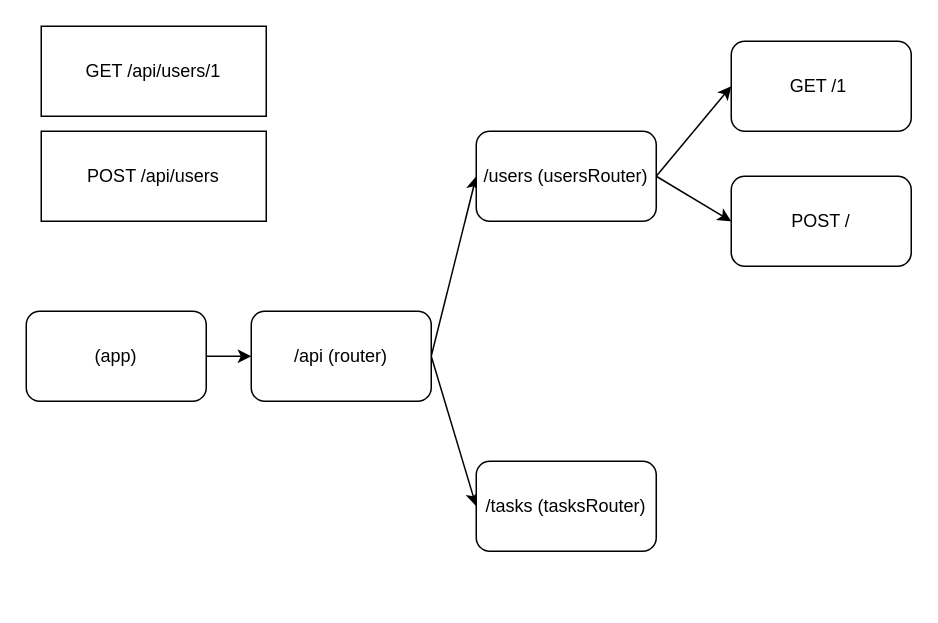
Before: endpoints.drawio in pecourses/pe2024-1-fullstack, a draw.io diagram. Source tidied: cells renumbered, new cells numbered last; positions are measured from the earlier drawing's top-left corner, leaving out a move shared by most shapes. Both pictures are drawn from the tidied source at 150%, with x=0, y=0 at pixel (26, 26).
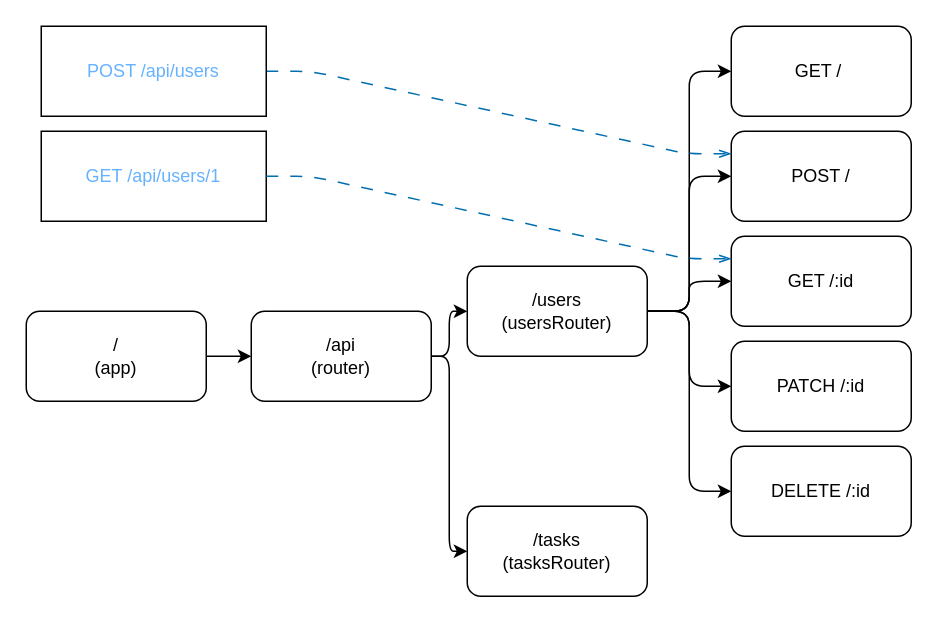
Above is the later version.

Commit message (it also covers changes not shown here):
Finish endpoints diagram

What changed in the source:
```diff
@@
-    <mxCell id="3" value="(app)" style="rounded=1;whiteSpace=wrap;html=1;" parent="1" vertex="1">
+    <mxCell id="3" value="/&lt;br&gt;(app)" style="rounded=1;whiteSpace=wrap;html=1;" parent="1" vertex="1">
       <mxGeometry y="190" width="120" height="60" as="geometry" />
     </mxCell>
+    <mxCell id="5" style="edgeStyle=elbowEdgeStyle;html=1;exitX=1;exitY=0.5;exitDx=0;exitDy=0;entryX=0;entryY=0.5;entryDx=0;entryDy=0;" parent="1" edge="1" source="6" target="10">
+      <mxGeometry relative="1" as="geometry" />
+    </mxCell>
-    <mxCell id="4" style="edgeStyle=none;html=1;exitX=1;exitY=0.5;exitDx=0;exitDy=0;entryX=0;entryY=0.5;entryDx=0;entryDy=0;" parent="1" edge="1" source="6" target="9">
+    <mxCell id="4" style="edgeStyle=elbowEdgeStyle;html=1;exitX=1;exitY=0.5;exitDx=0;exitDy=0;entryX=0;entryY=0.5;entryDx=0;entryDy=0;" parent="1" edge="1" source="6" target="9">
       <mxGeometry relative="1" as="geometry" />
     </mxCell>
-    <mxCell id="5" style="edgeStyle=none;html=1;exitX=1;exitY=0.5;exitDx=0;exitDy=0;entryX=0;entryY=0.5;entryDx=0;entryDy=0;" parent="1" edge="1" source="6" target="10">
-      <mxGeometry relative="1" as="geometry" />
-    </mxCell>
-    <mxCell id="6" value="/api (router)" style="rounded=1;whiteSpace=wrap;html=1;" parent="1" vertex="1">
+    <mxCell id="6" value="/api&lt;br&gt;(router)" style="rounded=1;whiteSpace=wrap;html=1;" parent="1" vertex="1">
       <mxGeometry x="150" y="190" width="120" height="60" as="geometry" />
     </mxCell>
-    <mxCell id="7" style="edgeStyle=none;html=1;exitX=1;exitY=0.5;exitDx=0;exitDy=0;entryX=0;entryY=0.5;entryDx=0;entryDy=0;" parent="1" edge="1" source="9" target="11">
+    <mxCell id="7" style="edgeStyle=elbowEdgeStyle;html=1;exitX=1;exitY=0.5;exitDx=0;exitDy=0;entryX=0;entryY=0.5;entryDx=0;entryDy=0;labelBorderColor=none;" parent="1" edge="1" source="9" target="11">
       <mxGeometry relative="1" as="geometry" />
     </mxCell>
-    <mxCell id="8" style="edgeStyle=none;html=1;exitX=1;exitY=0.5;exitDx=0;exitDy=0;entryX=0;entryY=0.5;entryDx=0;entryDy=0;" parent="1" edge="1" source="9" target="13">
+    <mxCell id="8" style="edgeStyle=elbowEdgeStyle;html=1;exitX=1;exitY=0.5;exitDx=0;exitDy=0;entryX=0;entryY=0.5;entryDx=0;entryDy=0;" parent="1" edge="1" source="9" target="13">
       <mxGeometry relative="1" as="geometry" />
     </mxCell>
+    <mxCell id="15" style="edgeStyle=elbowEdgeStyle;html=1;exitX=1;exitY=0.5;exitDx=0;exitDy=0;entryX=0;entryY=0.5;entryDx=0;entryDy=0;" parent="1" edge="1" source="9" target="19">
+      <mxGeometry relative="1" as="geometry" />
+    </mxCell>
+    <mxCell id="16" style="edgeStyle=elbowEdgeStyle;html=1;exitX=1;exitY=0.5;exitDx=0;exitDy=0;" parent="1" edge="1" source="9" target="20">
+      <mxGeometry relative="1" as="geometry" />
+    </mxCell>
+    <mxCell id="17" style="edgeStyle=elbowEdgeStyle;html=1;exitX=1;exitY=0.5;exitDx=0;exitDy=0;entryX=0;entryY=0.5;entryDx=0;entryDy=0;" parent="1" edge="1" source="9" target="21">
+      <mxGeometry relative="1" as="geometry" />
+    </mxCell>
-    <mxCell id="9" value="/users (usersRouter)" style="rounded=1;whiteSpace=wrap;html=1;" parent="1" vertex="1">
-      <mxGeometry x="300" y="70" width="120" height="60" as="geometry" />
+    <mxCell id="9" value="/users&lt;br&gt;(usersRouter)" style="rounded=1;whiteSpace=wrap;html=1;" parent="1" vertex="1">
+      <mxGeometry x="294" y="160" width="120" height="60" as="geometry" />
     </mxCell>
-    <mxCell id="10" value="/tasks (tasksRouter)" style="rounded=1;whiteSpace=wrap;html=1;" parent="1" vertex="1">
-      <mxGeometry x="300" y="290" width="120" height="60" as="geometry" />
+    <mxCell id="10" value="/tasks&lt;br&gt;(tasksRouter)" style="rounded=1;whiteSpace=wrap;html=1;" parent="1" vertex="1">
+      <mxGeometry x="294" y="320" width="120" height="60" as="geometry" />
     </mxCell>
-    <mxCell id="11" value="GET /1&amp;nbsp;" style="rounded=1;whiteSpace=wrap;html=1;" parent="1" vertex="1">
-      <mxGeometry x="470" y="10" width="120" height="60" as="geometry" />
+    <mxCell id="11" value="GET /&amp;nbsp;" style="rounded=1;whiteSpace=wrap;html=1;" parent="1" vertex="1">
+      <mxGeometry x="470" width="120" height="60" as="geometry" />
     </mxCell>
-    <mxCell id="12" value="GET /api/users/1" style="rounded=0;whiteSpace=wrap;html=1;" parent="1" vertex="1">
-      <mxGeometry x="10" width="150" height="60" as="geometry" />
+    <mxCell id="12" value="&lt;font color=&quot;#66b2ff&quot;&gt;GET /api/users/1&lt;/font&gt;" style="rounded=0;whiteSpace=wrap;html=1;" parent="1" vertex="1">
+      <mxGeometry x="10" y="70" width="150" height="60" as="geometry" />
     </mxCell>
     <mxCell id="13" value="POST /" style="rounded=1;whiteSpace=wrap;html=1;" parent="1" vertex="1">
-      <mxGeometry x="470" y="100" width="120" height="60" as="geometry" />
+      <mxGeometry x="470" y="70" width="120" height="60" as="geometry" />
     </mxCell>
+    <mxCell id="18" style="edgeStyle=entityRelationEdgeStyle;html=1;exitX=1;exitY=0.5;exitDx=0;exitDy=0;dashed=1;dashPattern=8 8;entryX=0;entryY=0.25;entryDx=0;entryDy=0;endArrow=openThin;endFill=0;fillColor=#1ba1e2;strokeColor=#006EAF;" parent="1" edge="1" source="14" target="13">
+      <mxGeometry relative="1" as="geometry" />
+    </mxCell>
-    <mxCell id="14" value="POST /api/users" style="rounded=0;whiteSpace=wrap;html=1;" parent="1" vertex="1">
-      <mxGeometry x="10" y="70" width="150" height="60" as="geometry" />
+    <mxCell id="14" value="POST /api/users" style="rounded=0;whiteSpace=wrap;html=1;fontColor=#66B2FF;" parent="1" vertex="1">
+      <mxGeometry x="10" width="150" height="60" as="geometry" />
     </mxCell>
+    <mxCell id="19" value="GET /:id" style="rounded=1;whiteSpace=wrap;html=1;" parent="1" vertex="1">
+      <mxGeometry x="470" y="140" width="120" height="60" as="geometry" />
+    </mxCell>
+    <mxCell id="20" value="PATCH /:id" style="rounded=1;whiteSpace=wrap;html=1;" parent="1" vertex="1">
+      <mxGeometry x="470" y="210" width="120" height="60" as="geometry" />
+    </mxCell>
+    <mxCell id="21" value="DELETE /:id" style="rounded=1;whiteSpace=wrap;html=1;" parent="1" vertex="1">
+      <mxGeometry x="470" y="280" width="120" height="60" as="geometry" />
+    </mxCell>
+    <mxCell id="22" style="edgeStyle=entityRelationEdgeStyle;html=1;exitX=1;exitY=0.5;exitDx=0;exitDy=0;dashed=1;dashPattern=8 8;entryX=0;entryY=0.25;entryDx=0;entryDy=0;endArrow=openThin;endFill=0;fillColor=#1ba1e2;strokeColor=#006EAF;" parent="1" edge="1" source="12" target="19">
+      <mxGeometry relative="1" as="geometry" />
+    </mxCell>
```
